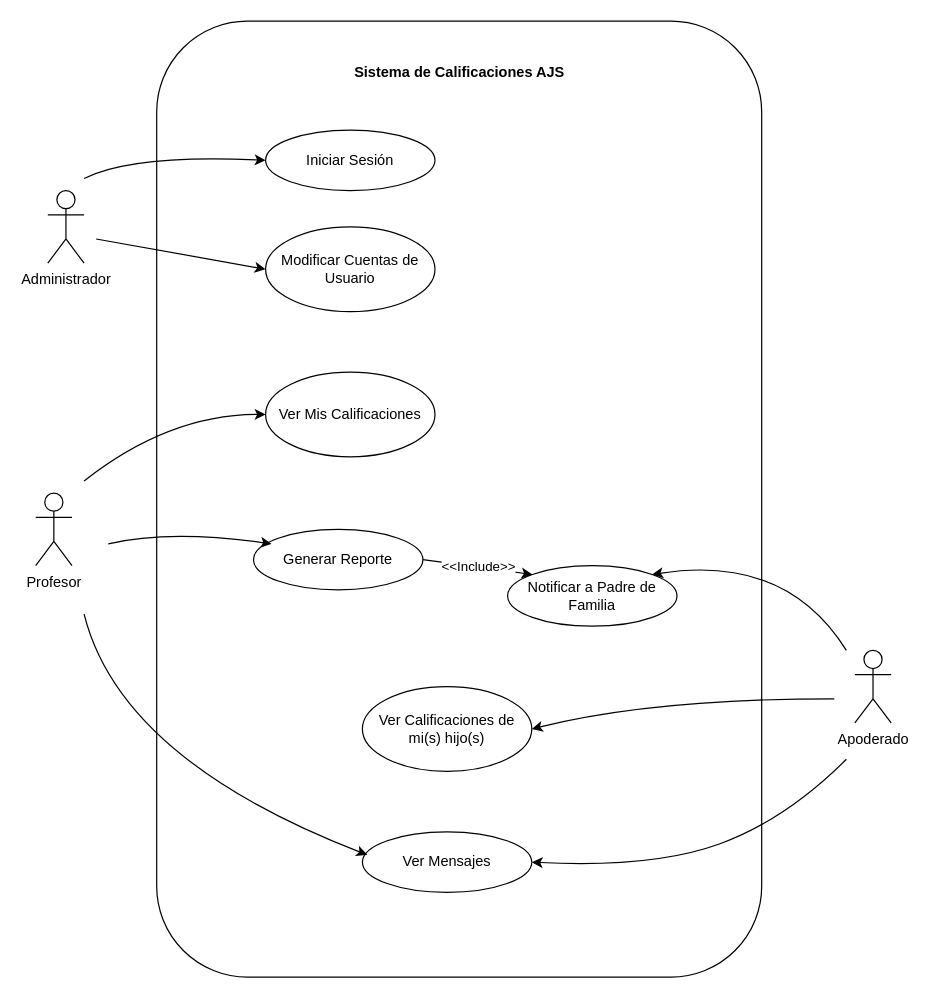
KeiKurono96/ProyPes keeps this draw.io diagram as page "CasUso" (1 of 2) of CasosUsoAjs.drawio. Above is the earlier version. Source tidied: cells renumbered, new cells numbered last; positions are measured from the earlier drawing's top-left corner, leaving out a move shared by most shapes. Both pictures are drawn from the tidied source at 121%, with x=0, y=0 at pixel (35, 21).
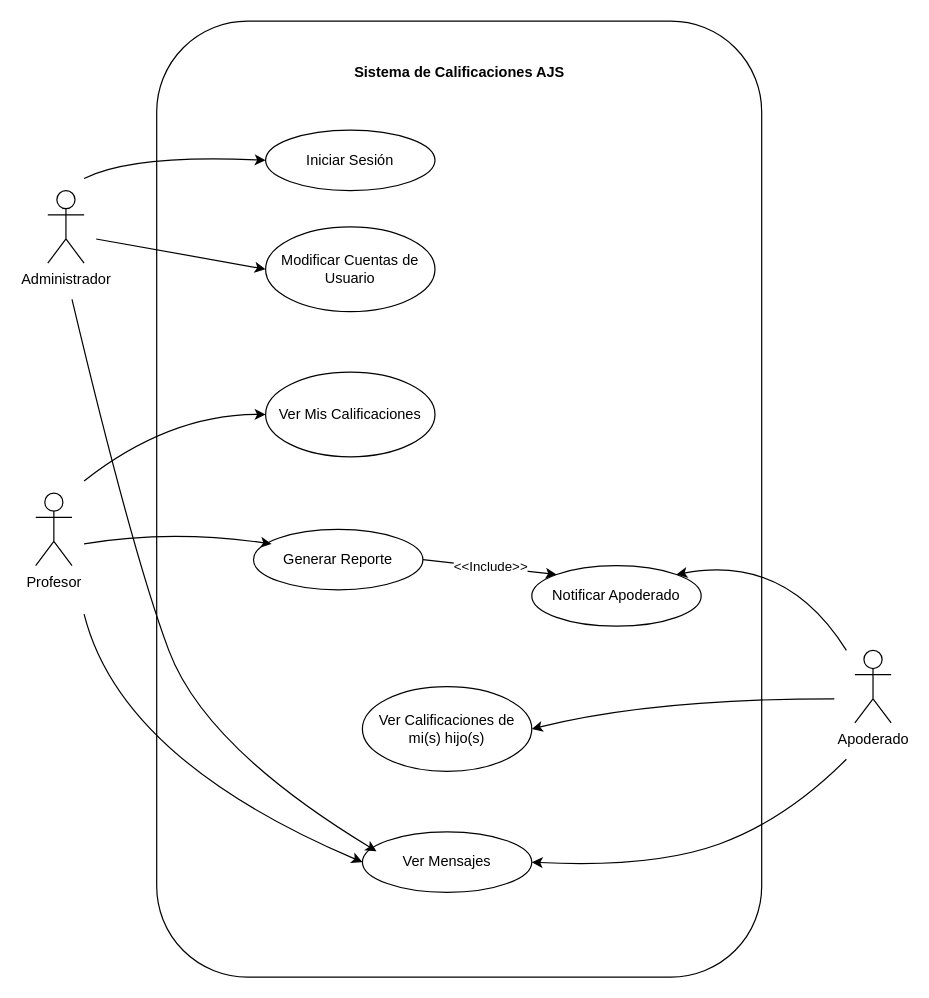
The same diagram, later.

Unchanged cells that the change refers to:
```xml
<mxCell id="12" value="Generar Reporte" style="ellipse;whiteSpace=wrap;html=1;" parent="1" vertex="1">
  <mxGeometry x="180" y="420" width="140" height="50" as="geometry" />
</mxCell>
<mxCell id="16" value="Ver Mensajes" style="ellipse;whiteSpace=wrap;html=1;" parent="1" vertex="1">
  <mxGeometry x="270" y="670" width="140" height="50" as="geometry" />
</mxCell>
```

Change to the diagram source:
```diff
@@
-    <mxCell id="13" value="Notificar a Padre de Familia" style="ellipse;whiteSpace=wrap;html=1;" parent="1" vertex="1">
-      <mxGeometry x="390" y="450" width="140" height="50" as="geometry" />
+    <mxCell id="13" value="Notificar Apoderado" style="ellipse;whiteSpace=wrap;html=1;" parent="1" vertex="1">
+      <mxGeometry x="410" y="450" width="140" height="50" as="geometry" />
     </mxCell>
@@
-    <mxCell id="17" style="curved=1;endArrow=classic;html=1;rounded=0;entryX=0.029;entryY=0.38;entryDx=0;entryDy=0;entryPerimeter=0;" parent="1" edge="1" target="16">
+    <mxCell id="17" style="curved=1;endArrow=classic;html=1;rounded=0;entryX=0;entryY=0.5;entryDx=0;entryDy=0;" parent="1" edge="1" target="16">
       <mxGeometry relative="1" as="geometry">
         <mxPoint x="40" y="490" as="sourcePoint" />
         <Array as="points">
           <mxPoint x="70" y="610" />
         </Array>
       </mxGeometry>
     </mxCell>
@@
     <mxCell id="22" style="curved=1;endArrow=classic;html=1;rounded=0;entryX=0.107;entryY=0.24;entryDx=0;entryDy=0;entryPerimeter=0;" parent="1" edge="1" target="12">
       <mxGeometry relative="1" as="geometry">
-        <mxPoint x="60" y="432" as="sourcePoint" />
+        <mxPoint x="40" y="432" as="sourcePoint" />
         <Array as="points">
           <mxPoint x="110" y="420" />
         </Array>
       </mxGeometry>
     </mxCell>
+    <mxCell id="23" style="curved=1;endArrow=classic;html=1;rounded=0;entryX=0.083;entryY=0.32;entryDx=0;entryDy=0;entryPerimeter=0;" parent="1" edge="1" target="16">
+      <mxGeometry relative="1" as="geometry">
+        <mxPoint x="30" y="230" as="sourcePoint" />
+        <Array as="points">
+          <mxPoint x="80" y="440" />
+          <mxPoint x="140" y="600" />
+        </Array>
+      </mxGeometry>
+    </mxCell>
```
